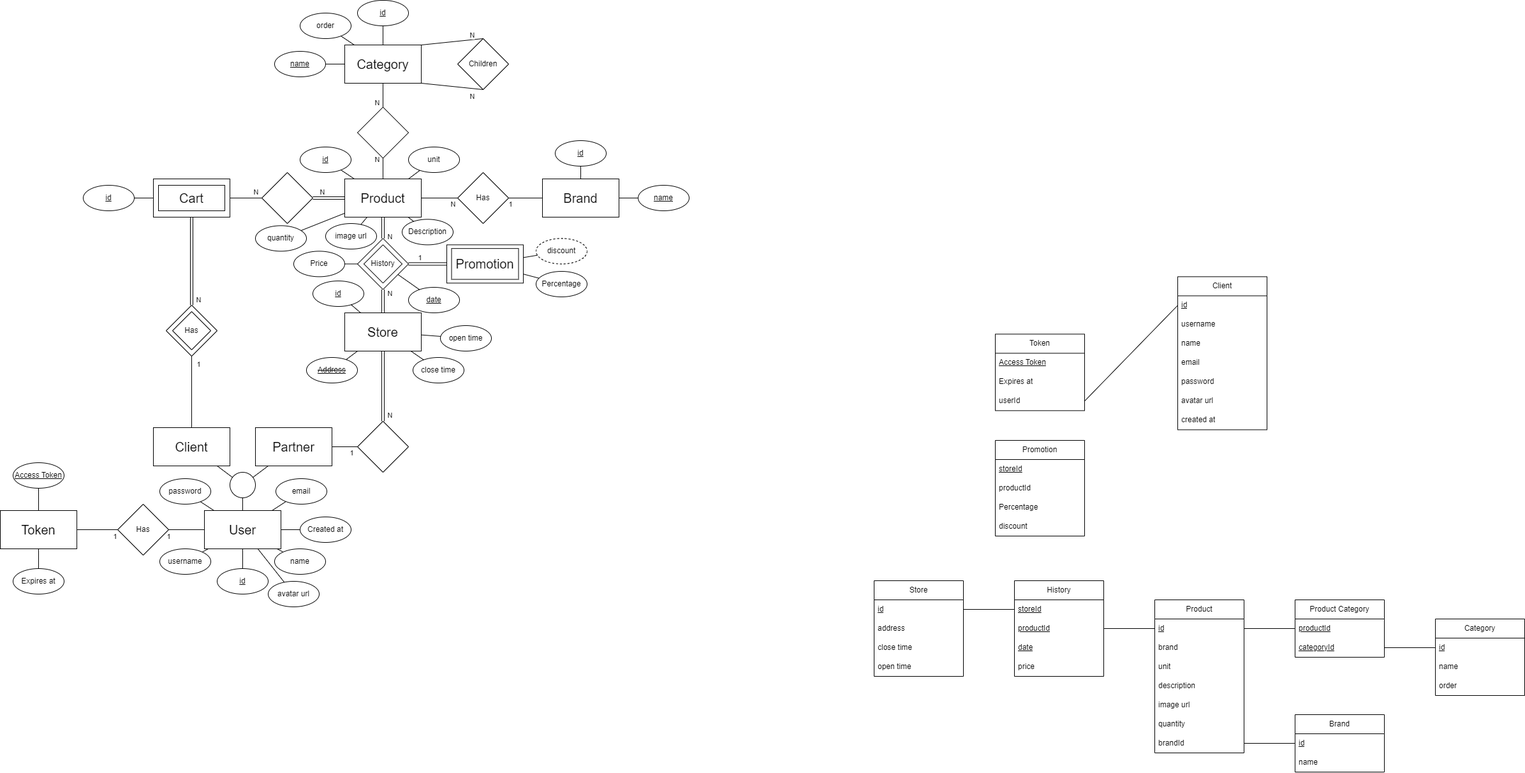
The draw.io diagram docs/EA_model.png in AndreGraca3/Market-Tracker, before a commit. Source tidied: cells renumbered, new cells last; positions are measured from the earlier drawing's top-left corner, leaving out a move shared by most shapes.
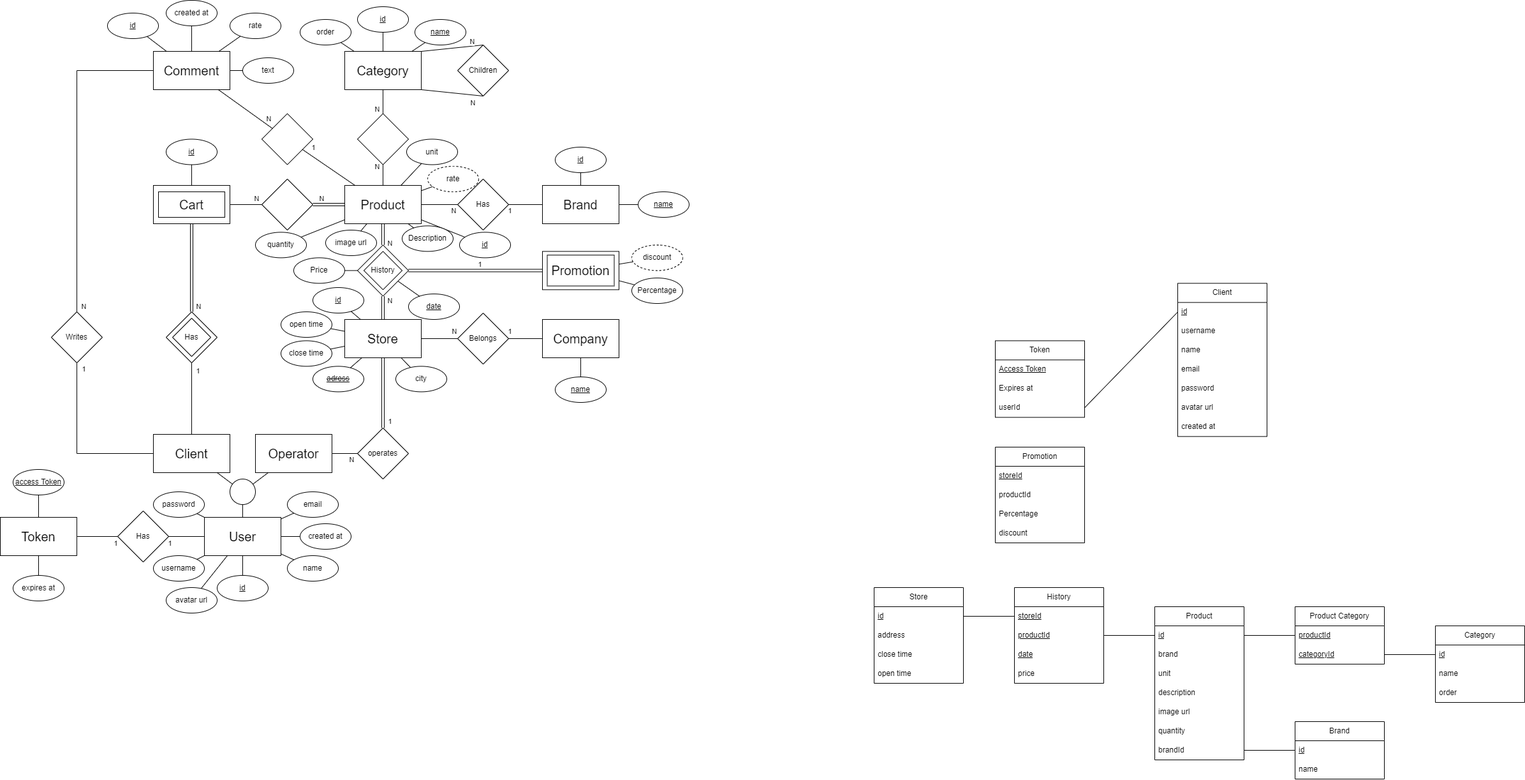
After the change.

Commit message:
added comments and rating to EA Model.

Change to the diagram source:
```diff
@@ -6,12 +6,12 @@
       <mxGeometry x="540" y="280" width="120" height="60" as="geometry" />
     </mxCell>
     <mxCell id="3" value="&lt;u&gt;id&lt;/u&gt;" style="ellipse;whiteSpace=wrap;html=1;" parent="1" vertex="1">
-      <mxGeometry x="470" y="230" width="80" height="40" as="geometry" />
+      <mxGeometry x="720" y="353.4" width="80" height="40" as="geometry" />
     </mxCell>
     <mxCell id="4" style="endArrow=none;html=1;rounded=0;" parent="1" edge="1" source="2" target="3">
       <mxGeometry relative="1" as="geometry" />
     </mxCell>
-    <mxCell id="5" value="&lt;font style=&quot;font-size: 20px;&quot;&gt;Partner&lt;/font&gt;" style="rounded=0;whiteSpace=wrap;html=1;" parent="1" vertex="1">
+    <mxCell id="5" value="&lt;font style=&quot;font-size: 20px;&quot;&gt;Operator&lt;/font&gt;" style="rounded=0;whiteSpace=wrap;html=1;" parent="1" vertex="1">
       <mxGeometry x="400" y="670" width="120" height="60" as="geometry" />
     </mxCell>
     <mxCell id="6" value="&lt;span style=&quot;font-size: 20px;&quot;&gt;User&lt;/span&gt;" style="rounded=0;whiteSpace=wrap;html=1;" parent="1" vertex="1">
@@ -24,19 +24,19 @@
       <mxGeometry relative="1" as="geometry" />
     </mxCell>
     <mxCell id="9" value="name" style="ellipse;whiteSpace=wrap;html=1;" parent="1" vertex="1">
-      <mxGeometry x="430" y="860" width="80" height="40" as="geometry" />
+      <mxGeometry x="450" y="860" width="80" height="40" as="geometry" />
     </mxCell>
     <mxCell id="10" style="endArrow=none;html=1;rounded=0;" parent="1" edge="1" source="9" target="6">
       <mxGeometry relative="1" as="geometry" />
     </mxCell>
     <mxCell id="11" value="password" style="ellipse;whiteSpace=wrap;html=1;" parent="1" vertex="1">
-      <mxGeometry x="250" y="750" width="80" height="40" as="geometry" />
+      <mxGeometry x="240" y="760" width="80" height="40" as="geometry" />
     </mxCell>
     <mxCell id="12" style="endArrow=none;html=1;rounded=0;" parent="1" edge="1" source="11" target="6">
       <mxGeometry relative="1" as="geometry" />
     </mxCell>
     <mxCell id="13" value="email" style="ellipse;whiteSpace=wrap;html=1;" parent="1" vertex="1">
-      <mxGeometry x="432" y="750" width="80" height="40" as="geometry" />
+      <mxGeometry x="450" y="760" width="80" height="40" as="geometry" />
     </mxCell>
     <mxCell id="14" style="endArrow=none;html=1;rounded=0;" parent="1" edge="1" source="6" target="13">
       <mxGeometry relative="1" as="geometry" />
@@ -45,7 +45,7 @@
       <mxGeometry relative="1" as="geometry" />
     </mxCell>
     <mxCell id="16" value="avatar url" style="ellipse;whiteSpace=wrap;html=1;" parent="1" vertex="1">
-      <mxGeometry x="420" y="911" width="80" height="40" as="geometry" />
+      <mxGeometry x="260" y="910" width="80" height="40" as="geometry" />
     </mxCell>
     <mxCell id="17" value="&lt;span style=&quot;font-size: 20px;&quot;&gt;Cart&lt;/span&gt;" style="rounded=0;whiteSpace=wrap;html=1;" parent="1" vertex="1">
       <mxGeometry x="240" y="280" width="120" height="60" as="geometry" />
@@ -108,10 +108,10 @@
     <mxCell id="33" style="endArrow=none;html=1;rounded=0;" parent="1" edge="1" source="34" target="30">
       <mxGeometry relative="1" as="geometry" />
     </mxCell>
-    <mxCell id="34" value="&lt;span&gt;&lt;strike&gt;Address&lt;/strike&gt;&lt;/span&gt;" style="ellipse;html=1;fontStyle=4;align=center;whiteSpace=wrap;" parent="1" vertex="1">
-      <mxGeometry x="480" y="560" width="80" height="40" as="geometry" />
+    <mxCell id="34" value="&lt;span&gt;&lt;strike&gt;adress&lt;/strike&gt;&lt;/span&gt;" style="ellipse;html=1;fontStyle=4;align=center;whiteSpace=wrap;" parent="1" vertex="1">
+      <mxGeometry x="490" y="563.4" width="80" height="40" as="geometry" />
     </mxCell>
-    <mxCell id="35" style="rhombus;whiteSpace=wrap;html=1;" parent="1" vertex="1">
+    <mxCell id="35" value="operates" style="rhombus;whiteSpace=wrap;html=1;" parent="1" vertex="1">
       <mxGeometry x="560" y="660" width="80" height="80" as="geometry" />
     </mxCell>
     <mxCell id="36" style="endArrow=none;html=1;rounded=0;" parent="1" edge="1" source="5" target="35">
@@ -125,13 +125,13 @@
     <mxCell id="38" style="endArrow=none;html=1;rounded=0;shape=link;" parent="1" edge="1" source="30" target="35">
       <mxGeometry relative="1" as="geometry" />
     </mxCell>
-    <mxCell id="39" value="N" style="edgeLabel;html=1;align=center;verticalAlign=middle;" parent="38" vertex="1">
+    <mxCell id="39" value="1" style="edgeLabel;html=1;align=center;verticalAlign=middle;" parent="38" vertex="1">
       <mxGeometry x="-0.02" y="-1" relative="1" as="geometry">
         <mxPoint x="11" y="46" as="offset" />
       </mxGeometry>
     </mxCell>
     <mxCell id="40" value="&lt;u&gt;id&lt;/u&gt;" style="ellipse;whiteSpace=wrap;html=1;" parent="1" vertex="1">
-      <mxGeometry x="130" y="290" width="80" height="40" as="geometry" />
+      <mxGeometry x="260" y="207.5" width="80" height="40" as="geometry" />
     </mxCell>
     <mxCell id="41" style="endArrow=none;html=1;rounded=0;" parent="1" edge="1" source="40" target="17">
       <mxGeometry relative="1" as="geometry" />
@@ -158,16 +158,16 @@
       <mxGeometry relative="1" as="geometry" />
     </mxCell>
     <mxCell id="49" value="open time" style="ellipse;whiteSpace=wrap;html=1;" parent="1" vertex="1">
-      <mxGeometry x="690" y="510" width="80" height="40" as="geometry" />
+      <mxGeometry x="440" y="478" width="80" height="40" as="geometry" />
     </mxCell>
     <mxCell id="50" style="endArrow=none;html=1;rounded=0;" parent="1" edge="1" source="30" target="51">
       <mxGeometry relative="1" as="geometry" />
     </mxCell>
     <mxCell id="51" value="close time" style="ellipse;whiteSpace=wrap;html=1;" parent="1" vertex="1">
-      <mxGeometry x="647" y="560" width="80" height="40" as="geometry" />
+      <mxGeometry x="440" y="523.4" width="80" height="40" as="geometry" />
     </mxCell>
     <mxCell id="52" value="username" style="ellipse;whiteSpace=wrap;html=1;" parent="1" vertex="1">
-      <mxGeometry x="250" y="860" width="80" height="40" as="geometry" />
+      <mxGeometry x="240" y="860" width="80" height="40" as="geometry" />
     </mxCell>
     <mxCell id="53" style="endArrow=none;html=1;rounded=0;" parent="1" edge="1" source="52" target="6">
       <mxGeometry relative="1" as="geometry" />
@@ -179,7 +179,7 @@
       <mxGeometry relative="1" as="geometry" />
     </mxCell>
     <mxCell id="56" value="unit" style="ellipse;whiteSpace=wrap;html=1;" parent="1" vertex="1">
-      <mxGeometry x="640" y="230" width="80" height="40" as="geometry" />
+      <mxGeometry x="637" y="207.5" width="80" height="40" as="geometry" />
     </mxCell>
     <mxCell id="57" style="endArrow=none;html=1;rounded=0;" parent="1" edge="1" source="2" target="56">
       <mxGeometry relative="1" as="geometry" />
@@ -212,19 +212,19 @@
     <mxCell id="65" value="&lt;font style=&quot;font-size: 20px;&quot;&gt;Token&lt;/font&gt;" style="rounded=0;whiteSpace=wrap;html=1;" parent="1" vertex="1">
       <mxGeometry y="800" width="120" height="60" as="geometry" />
     </mxCell>
-    <mxCell id="66" value="Expires at" style="ellipse;whiteSpace=wrap;html=1;" parent="1" vertex="1">
+    <mxCell id="66" value="expires at" style="ellipse;whiteSpace=wrap;html=1;" parent="1" vertex="1">
       <mxGeometry x="20" y="891" width="80" height="40" as="geometry" />
     </mxCell>
     <mxCell id="67" style="endArrow=none;html=1;rounded=0;" parent="1" edge="1" source="65" target="66">
       <mxGeometry relative="1" as="geometry" />
     </mxCell>
-    <mxCell id="68" value="&lt;u&gt;Access Token&lt;/u&gt;" style="ellipse;whiteSpace=wrap;html=1;" parent="1" vertex="1">
+    <mxCell id="68" value="&lt;u&gt;access Token&lt;/u&gt;" style="ellipse;whiteSpace=wrap;html=1;" parent="1" vertex="1">
       <mxGeometry x="20" y="725" width="80" height="40" as="geometry" />
     </mxCell>
     <mxCell id="69" style="endArrow=none;html=1;rounded=0;" parent="1" edge="1" source="68" target="65">
       <mxGeometry relative="1" as="geometry" />
     </mxCell>
-    <mxCell id="70" value="Created at" style="ellipse;whiteSpace=wrap;html=1;" parent="1" vertex="1">
+    <mxCell id="70" value="created at" style="ellipse;whiteSpace=wrap;html=1;" parent="1" vertex="1">
       <mxGeometry x="470" y="810" width="80" height="40" as="geometry" />
     </mxCell>
     <mxCell id="71" style="endArrow=none;html=1;rounded=0;" parent="1" edge="1" source="70" target="6">
@@ -243,7 +243,7 @@
       <mxGeometry x="240" y="670" width="120" height="60" as="geometry" />
     </mxCell>
     <mxCell id="76" value="&lt;font style=&quot;font-size: 20px;&quot;&gt;Promotion&lt;/font&gt;" style="rounded=0;whiteSpace=wrap;html=1;" parent="1" vertex="1">
-      <mxGeometry x="700" y="383.4" width="120" height="60" as="geometry" />
+      <mxGeometry x="850" y="383.4" width="120" height="60" as="geometry" />
     </mxCell>
     <mxCell id="77" style="endArrow=none;html=1;rounded=0;entryX=0;entryY=0.5;entryDx=0;entryDy=0;exitX=1;exitY=0.5;exitDx=0;exitDy=0;shape=link;" parent="1" edge="1" source="18" target="76">
       <mxGeometry relative="1" as="geometry" />
@@ -260,7 +260,7 @@
       <mxGeometry relative="1" as="geometry" />
     </mxCell>
     <mxCell id="81" value="Percentage" style="ellipse;whiteSpace=wrap;html=1;" parent="1" vertex="1">
-      <mxGeometry x="840" y="425" width="80" height="40" as="geometry" />
+      <mxGeometry x="990" y="425" width="80" height="40" as="geometry" />
     </mxCell>
     <mxCell id="82" style="endArrow=none;html=1;rounded=0;" parent="1" edge="1" source="76" target="81">
       <mxGeometry relative="1" as="geometry" />
@@ -288,13 +288,13 @@
       </mxGeometry>
     </mxCell>
     <mxCell id="89" value="&lt;u&gt;name&lt;/u&gt;" style="ellipse;whiteSpace=wrap;html=1;" parent="1" vertex="1">
-      <mxGeometry x="430" y="80" width="80" height="40" as="geometry" />
+      <mxGeometry x="650" y="20" width="80" height="40" as="geometry" />
     </mxCell>
     <mxCell id="90" style="endArrow=none;html=1;rounded=0;" parent="1" edge="1" source="86" target="89">
       <mxGeometry relative="1" as="geometry" />
     </mxCell>
     <mxCell id="91" value="discount" style="ellipse;whiteSpace=wrap;html=1;dashed=1;labelBackgroundColor=none;" parent="1" vertex="1">
-      <mxGeometry x="840" y="373.4" width="80" height="40" as="geometry" />
+      <mxGeometry x="990" y="373.4" width="80" height="40" as="geometry" />
     </mxCell>
     <mxCell id="92" style="endArrow=none;html=1;rounded=0;" parent="1" edge="1" source="76" target="91">
       <mxGeometry relative="1" as="geometry" />
@@ -478,7 +478,7 @@
       <mxGeometry x="570" y="383.3" width="60" height="60.1" as="geometry" />
     </mxCell>
     <mxCell id="151" style="rounded=0;whiteSpace=wrap;html=1;fillColor=none;" parent="1" vertex="1">
-      <mxGeometry x="707.5" y="389.1" width="105" height="48.4" as="geometry" />
+      <mxGeometry x="857.5" y="389.1" width="105" height="48.4" as="geometry" />
     </mxCell>
     <mxCell id="152" value="Brand" style="swimlane;fontStyle=0;horizontal=1;startSize=30;whiteSpace=wrap;html=1;" parent="1" vertex="1">
       <mxGeometry x="2030" y="1120" width="140" height="90" as="geometry" />
@@ -522,7 +522,7 @@
     <mxCell id="165" style="endArrow=none;html=1;rounded=0;entryX=0.5;entryY=1;entryDx=0;entryDy=0;" parent="1" edge="1" source="6" target="167">
       <mxGeometry relative="1" as="geometry" />
     </mxCell>
-    <mxCell id="166" value="1" style="edgeLabel;html=1;align=center;verticalAlign=middle;" parent="165" vertex="1">
+    <mxCell id="166" value="N" style="edgeLabel;html=1;align=center;verticalAlign=middle;" parent="165" vertex="1">
       <mxGeometry x="-0.32" y="-3" relative="1" as="geometry">
         <mxPoint x="167" y="-84" as="offset" />
       </mxGeometry>
@@ -530,5 +530,118 @@
     <mxCell id="167" style="ellipse;whiteSpace=wrap;html=1;" parent="1" vertex="1">
       <mxGeometry x="360" y="740" width="40" height="40" as="geometry" />
     </mxCell>
+    <mxCell id="168" value="&lt;font style=&quot;font-size: 20px;&quot;&gt;Company&lt;/font&gt;" style="rounded=0;whiteSpace=wrap;html=1;" parent="1" vertex="1">
+      <mxGeometry x="850" y="490" width="120" height="60" as="geometry" />
+    </mxCell>
+    <mxCell id="169" value="city" style="ellipse;whiteSpace=wrap;html=1;" parent="1" vertex="1">
+      <mxGeometry x="620" y="563.4" width="80" height="40" as="geometry" />
+    </mxCell>
+    <mxCell id="170" value="Belongs" style="rhombus;whiteSpace=wrap;html=1;" parent="1" vertex="1">
+      <mxGeometry x="717" y="480" width="80" height="80" as="geometry" />
+    </mxCell>
+    <mxCell id="171" style="endArrow=none;html=1;rounded=0;entryX=0;entryY=0.5;entryDx=0;entryDy=0;exitX=1;exitY=0.5;exitDx=0;exitDy=0;" parent="1" edge="1" source="30" target="170">
+      <mxGeometry relative="1" as="geometry" />
+    </mxCell>
+    <mxCell id="172" value="N" style="edgeLabel;html=1;align=center;verticalAlign=middle;" parent="171" vertex="1">
+      <mxGeometry x="0.55" relative="1" as="geometry">
+        <mxPoint x="6" y="-12" as="offset" />
+      </mxGeometry>
+    </mxCell>
+    <mxCell id="173" style="endArrow=none;html=1;rounded=0;entryX=0;entryY=0.5;entryDx=0;entryDy=0;exitX=1;exitY=0.5;exitDx=0;exitDy=0;" parent="1" edge="1" source="170" target="168">
+      <mxGeometry relative="1" as="geometry" />
+    </mxCell>
+    <mxCell id="174" value="1" style="edgeLabel;html=1;align=center;verticalAlign=middle;" parent="173" vertex="1">
+      <mxGeometry x="-0.27" y="1" relative="1" as="geometry">
+        <mxPoint x="-19" y="-11" as="offset" />
+      </mxGeometry>
+    </mxCell>
+    <mxCell id="175" style="endArrow=none;html=1;rounded=0;" parent="1" edge="1" source="176" target="168">
+      <mxGeometry relative="1" as="geometry" />
+    </mxCell>
+    <mxCell id="176" value="&lt;u&gt;name&lt;/u&gt;" style="ellipse;whiteSpace=wrap;html=1;" parent="1" vertex="1">
+      <mxGeometry x="870" y="580" width="80" height="40" as="geometry" />
+    </mxCell>
+    <mxCell id="177" style="endArrow=none;html=1;rounded=0;" parent="1" edge="1" source="169" target="30">
+      <mxGeometry relative="1" as="geometry" />
+    </mxCell>
+    <mxCell id="178" style="rhombus;whiteSpace=wrap;html=1;" parent="1" vertex="1">
+      <mxGeometry x="410" y="167.5" width="80" height="80" as="geometry" />
+    </mxCell>
+    <mxCell id="179" style="endArrow=none;html=1;rounded=0;" parent="1" edge="1" source="178" target="2">
+      <mxGeometry relative="1" as="geometry" />
+    </mxCell>
+    <mxCell id="180" value="1" style="edgeLabel;html=1;align=center;verticalAlign=middle;" parent="179" vertex="1">
+      <mxGeometry x="-0.56" y="4" relative="1" as="geometry">
+        <mxPoint x="-4" y="-13" as="offset" />
+      </mxGeometry>
+    </mxCell>
+    <mxCell id="181" value="&lt;span style=&quot;font-size: 20px;&quot;&gt;Comment&lt;/span&gt;" style="rounded=0;whiteSpace=wrap;html=1;" parent="1" vertex="1">
+      <mxGeometry x="240" y="70" width="120" height="60" as="geometry" />
+    </mxCell>
+    <mxCell id="182" style="endArrow=none;html=1;rounded=0;" parent="1" edge="1" source="178" target="181">
+      <mxGeometry relative="1" as="geometry" />
+    </mxCell>
+    <mxCell id="183" value="N" style="edgeLabel;html=1;align=center;verticalAlign=middle;" parent="182" vertex="1">
+      <mxGeometry x="-0.42" y="3" relative="1" as="geometry">
+        <mxPoint x="20" as="offset" />
+      </mxGeometry>
+    </mxCell>
+    <mxCell id="184" style="endArrow=none;html=1;rounded=0;entryX=0;entryY=0.5;entryDx=0;entryDy=0;exitX=0.5;exitY=1;exitDx=0;exitDy=0;" parent="1" edge="1" source="186" target="75">
+      <mxGeometry relative="1" as="geometry">
+        <Array as="points">
+          <mxPoint x="120" y="700" />
+        </Array>
+      </mxGeometry>
+    </mxCell>
+    <mxCell id="185" value="1" style="edgeLabel;html=1;align=center;verticalAlign=middle;" parent="184" vertex="1">
+      <mxGeometry x="-0.84" y="3" relative="1" as="geometry">
+        <mxPoint x="7" y="-11" as="offset" />
+      </mxGeometry>
+    </mxCell>
+    <mxCell id="186" value="Writes" style="rhombus;whiteSpace=wrap;html=1;" parent="1" vertex="1">
+      <mxGeometry x="80" y="478" width="80" height="80" as="geometry" />
+    </mxCell>
+    <mxCell id="187" style="endArrow=none;html=1;rounded=0;exitX=0.5;exitY=0;exitDx=0;exitDy=0;entryX=0;entryY=0.5;entryDx=0;entryDy=0;" parent="1" edge="1" source="186" target="181">
+      <mxGeometry relative="1" as="geometry">
+        <Array as="points">
+          <mxPoint x="120" y="100" />
+        </Array>
+      </mxGeometry>
+    </mxCell>
+    <mxCell id="188" value="N" style="edgeLabel;html=1;align=center;verticalAlign=middle;" parent="187" vertex="1">
+      <mxGeometry x="-0.93" y="-2" relative="1" as="geometry">
+        <mxPoint x="8" y="9" as="offset" />
+      </mxGeometry>
+    </mxCell>
+    <mxCell id="189" style="endArrow=none;html=1;rounded=0;" parent="1" edge="1" source="181" target="190">
+      <mxGeometry relative="1" as="geometry" />
+    </mxCell>
+    <mxCell id="190" value="created at" style="ellipse;whiteSpace=wrap;html=1;" parent="1" vertex="1">
+      <mxGeometry x="260" y="-10" width="80" height="40" as="geometry" />
+    </mxCell>
+    <mxCell id="191" value="&lt;u&gt;id&lt;/u&gt;" style="ellipse;whiteSpace=wrap;html=1;" parent="1" vertex="1">
+      <mxGeometry x="168" y="10" width="80" height="40" as="geometry" />
+    </mxCell>
+    <mxCell id="192" style="endArrow=none;html=1;rounded=0;" parent="1" edge="1" source="181" target="191">
+      <mxGeometry relative="1" as="geometry" />
+    </mxCell>
+    <mxCell id="193" value="rate" style="ellipse;whiteSpace=wrap;html=1;" parent="1" vertex="1">
+      <mxGeometry x="360" y="10" width="80" height="40" as="geometry" />
+    </mxCell>
+    <mxCell id="194" style="endArrow=none;html=1;rounded=0;" parent="1" edge="1" source="181" target="193">
+      <mxGeometry relative="1" as="geometry" />
+    </mxCell>
+    <mxCell id="195" value="text" style="ellipse;whiteSpace=wrap;html=1;" parent="1" vertex="1">
+      <mxGeometry x="380" y="80" width="80" height="40" as="geometry" />
+    </mxCell>
+    <mxCell id="196" style="endArrow=none;html=1;rounded=0;" parent="1" edge="1" source="181" target="195">
+      <mxGeometry relative="1" as="geometry" />
+    </mxCell>
+    <mxCell id="197" value="rate" style="ellipse;whiteSpace=wrap;html=1;dashed=1;" parent="1" vertex="1">
+      <mxGeometry x="670" y="250" width="80" height="40" as="geometry" />
+    </mxCell>
+    <mxCell id="198" style="endArrow=none;html=1;rounded=0;" parent="1" edge="1" source="2" target="197">
+      <mxGeometry relative="1" as="geometry" />
+    </mxCell>
   </root>
 </mxGraphModel>
```
